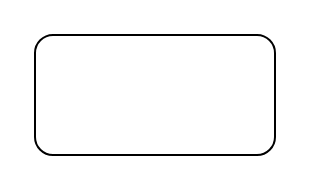
The draw.io diagram 未命名绘图.drawio in OrangeTaoer/ddrawio, before the edit. Source tidied: cells renumbered, new cells numbered last; positions are measured from the earlier drawing's top-left corner, leaving out a move shared by most shapes. Both pictures are drawn from the tidied source at 200%, with x=0, y=0 at pixel (34, 34).
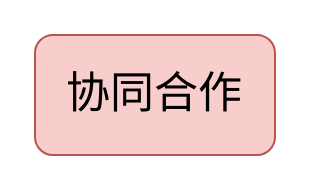
Above is the later version.

Commit message (it also covers changes not shown here):
更新未命名绘图.drawio

Diff of the diagram source:
```diff
@@
 <mxGraphModel>
   <root>
     <mxCell id="0" />
     <mxCell id="1" parent="0" />
-    <mxCell id="2" style="rounded=1;whiteSpace=wrap;html=1;" parent="1" vertex="1">
+    <mxCell id="2" value="协同合作" style="rounded=1;whiteSpace=wrap;html=1;fontFamily=楷体;fontSize=22;fillColor=#f8cecc;strokeColor=#b85450;" parent="1" vertex="1">
       <mxGeometry width="120" height="60" as="geometry" />
     </mxCell>
   </root>
 </mxGraphModel>
```
